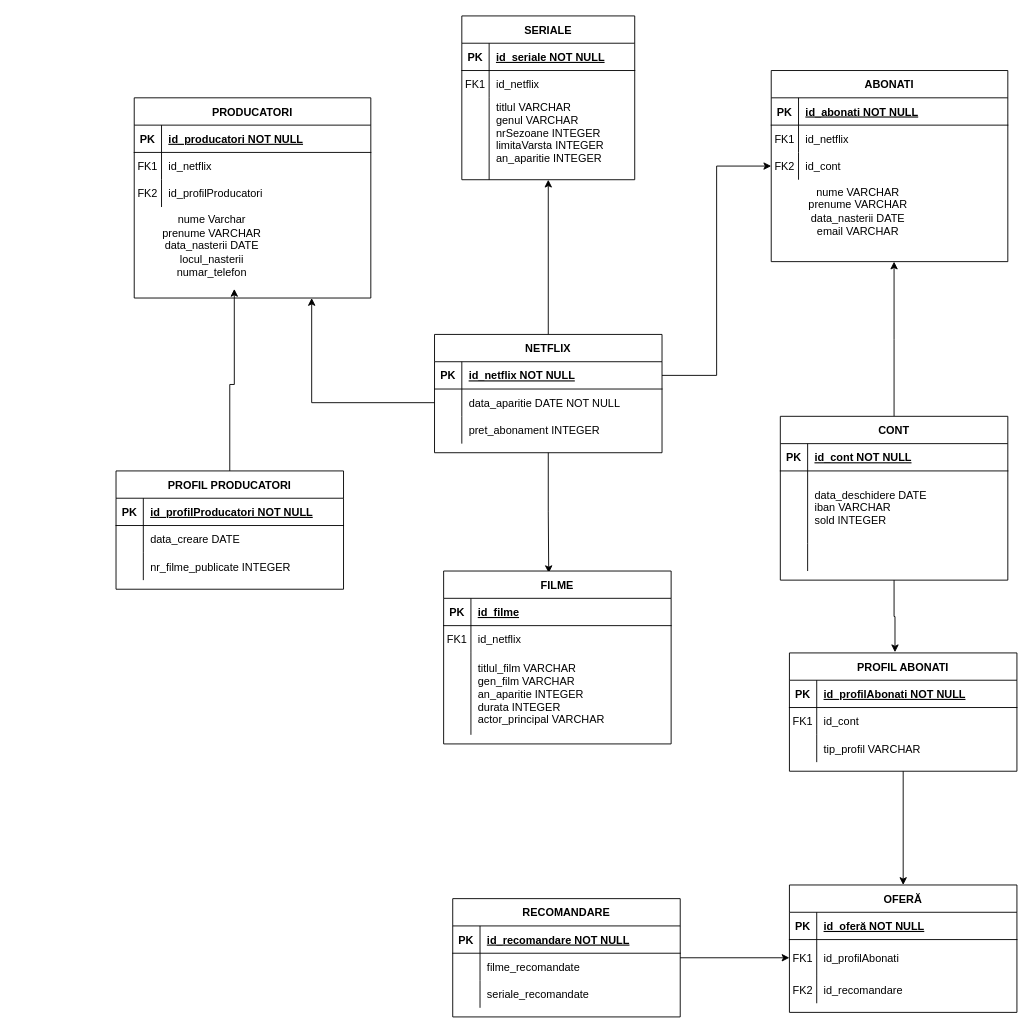
Before: Diagramă fără titlu.drawio in RobertaDiana/Database-Project-, a draw.io diagram. Source tidied: cells renumbered, new cells numbered last; positions are measured from the earlier drawing's top-left corner, leaving out a move shared by most shapes. Both pictures are drawn from the tidied source at 91%, with x=0, y=0 at pixel (116, 15).
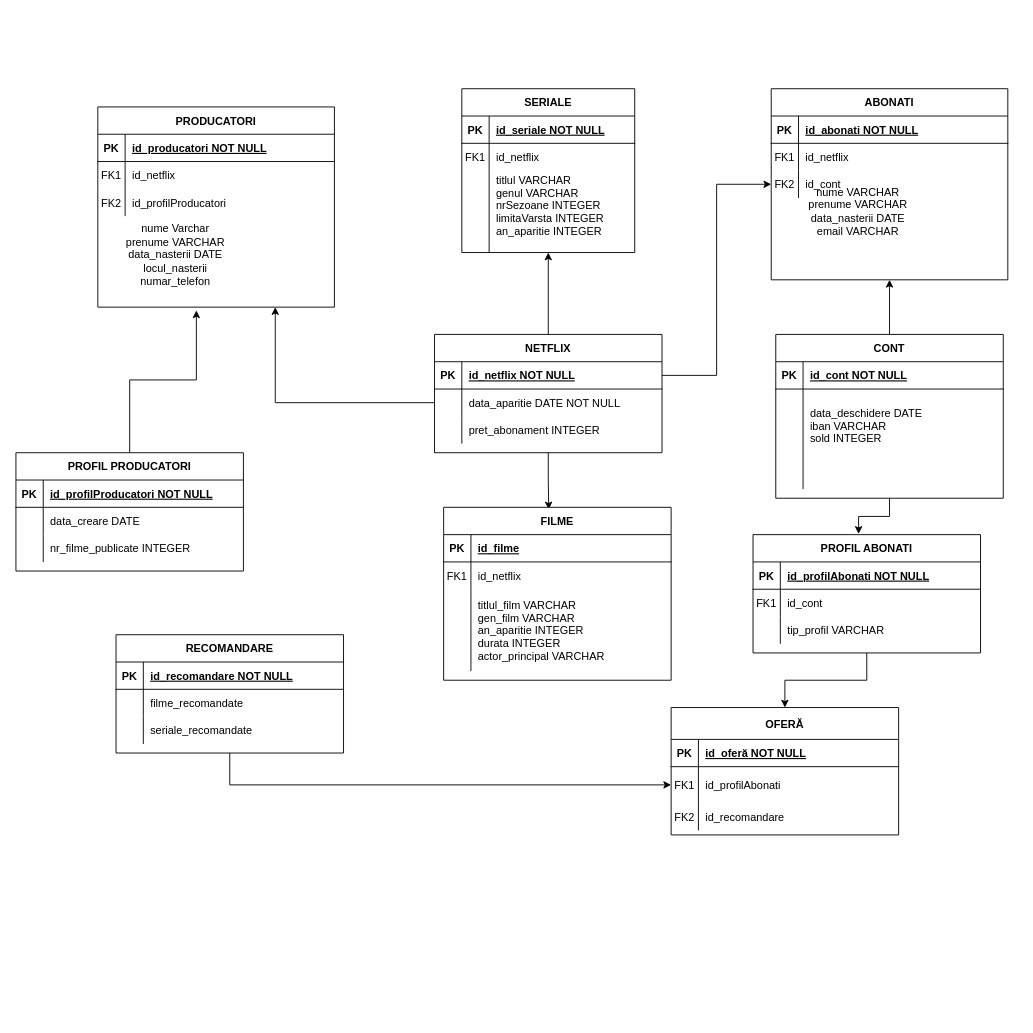
Above is the later version.

The edit, as a diff of the source:
```diff
@@
     <mxCell id="14" value="FILME" style="shape=table;startSize=30;childLayout=tableLayout;rowLines=0;fontStyle=1;align=center;" parent="1" vertex="1">
-      <mxGeometry x="360" y="610" width="250" height="190" as="geometry" />
+      <mxGeometry x="360" y="540" width="250" height="190" as="geometry" />
     </mxCell>
@@
     <mxCell id="24" value="SERIALE" style="shape=table;startSize=30;childLayout=tableLayout;rowLines=0;fontStyle=1;align=center;" parent="1" vertex="1">
-      <mxGeometry x="380" width="190" height="180" as="geometry" />
+      <mxGeometry x="380" y="80" width="190" height="180" as="geometry" />
     </mxCell>
@@
     <mxCell id="34" value="ABONATI" style="shape=table;startSize=30;childLayout=tableLayout;rowLines=0;fontStyle=1;align=center;" parent="1" vertex="1">
-      <mxGeometry x="720" y="60" width="260" height="210" as="geometry" />
+      <mxGeometry x="720" y="80" width="260" height="210" as="geometry" />
     </mxCell>
@@
-    <mxCell id="44" style="edgeStyle=orthogonalEdgeStyle;rounded=0;jettySize=auto;html=1;" parent="1" edge="1" source="46">
-      <mxGeometry relative="1" as="geometry">
-        <mxPoint x="855" y="270" as="targetPoint" />
-      </mxGeometry>
-    </mxCell>
@@
+    <mxCell id="113" style="edgeStyle=orthogonalEdgeStyle;rounded=0;jettySize=auto;html=1;entryX=0.5;entryY=1;entryDx=0;entryDy=0;" parent="1" edge="1" source="46" target="34">
+      <mxGeometry relative="1" as="geometry" />
+    </mxCell>
     <mxCell id="46" value="CONT" style="shape=table;startSize=30;childLayout=tableLayout;rowLines=0;fontStyle=1;align=center;" parent="1" vertex="1">
-      <mxGeometry x="730" y="440" width="250" height="180" as="geometry" />
+      <mxGeometry x="725" y="350" width="250" height="180" as="geometry" />
     </mxCell>
@@
     <mxCell id="57" value="PROFIL ABONATI" style="shape=table;startSize=30;childLayout=tableLayout;rowLines=0;fontStyle=1;align=center;" parent="1" vertex="1">
-      <mxGeometry x="740" y="700" width="250" height="130" as="geometry" />
+      <mxGeometry x="700" y="570" width="250" height="130" as="geometry" />
     </mxCell>
@@
-    <mxCell id="67" value="OFERĂ" style="shape=table;startSize=30;childLayout=tableLayout;rowLines=0;fontStyle=1;align=center;" parent="1" vertex="1">
-      <mxGeometry x="740" y="955" width="250" height="140" as="geometry" />
+    <mxCell id="67" value="OFERĂ" style="shape=table;startSize=35;childLayout=tableLayout;rowLines=0;fontStyle=1;align=center;" parent="1" vertex="1">
+      <mxGeometry x="610" y="760" width="250" height="140" as="geometry" />
     </mxCell>
     <mxCell id="68" style="shape=partialRectangle;fillColor=none;top=0;left=0;right=0;bottom=1;" parent="67" vertex="1">
-      <mxGeometry y="30" width="250" height="30" as="geometry" />
+      <mxGeometry y="35" width="250" height="30" as="geometry" />
     </mxCell>
@@
     <mxCell id="71" style="shape=partialRectangle;fillColor=none;points=[[0,0.5],[1,0.5]];portConstraint=eastwest;top=0;left=0;right=0;bottom=0;" parent="67" vertex="1">
-      <mxGeometry y="60" width="250" height="40" as="geometry" />
+      <mxGeometry y="65" width="250" height="40" as="geometry" />
     </mxCell>
@@
     <mxCell id="74" style="shape=partialRectangle;fillColor=none;top=0;left=0;right=0;bottom=0;" parent="67" vertex="1">
-      <mxGeometry y="100" width="250" height="30" as="geometry" />
+      <mxGeometry y="105" width="250" height="30" as="geometry" />
     </mxCell>
@@
     <mxCell id="78" value="RECOMANDARE" style="shape=table;startSize=30;childLayout=tableLayout;rowLines=0;fontStyle=1;align=center;" parent="1" vertex="1">
-      <mxGeometry x="370" y="970" width="250" height="130" as="geometry" />
+      <mxGeometry y="680" width="250" height="130" as="geometry" />
     </mxCell>
@@
-    <mxCell id="88" style="edgeStyle=orthogonalEdgeStyle;rounded=0;jettySize=auto;html=1;entryX=0.692;entryY=0.9;entryDx=0;entryDy=0;entryPerimeter=0;" parent="1" edge="1" source="89" target="109">
+    <mxCell id="88" style="edgeStyle=orthogonalEdgeStyle;rounded=0;jettySize=auto;html=1;entryX=0.679;entryY=1.036;entryDx=0;entryDy=0;entryPerimeter=0;" parent="1" edge="1" source="89" target="109">
       <mxGeometry relative="1" as="geometry" />
     </mxCell>
     <mxCell id="89" value="PROFIL PRODUCATORI" style="shape=table;startSize=30;childLayout=tableLayout;rowLines=0;fontStyle=1;align=center;" parent="1" vertex="1">
-      <mxGeometry y="500" width="250" height="130" as="geometry" />
+      <mxGeometry x="-110" y="480" width="250" height="130" as="geometry" />
     </mxCell>
@@
     <mxCell id="99" value="PRODUCATORI" style="shape=table;startSize=30;childLayout=tableLayout;rowLines=0;fontStyle=1;align=center;" parent="1" vertex="1">
-      <mxGeometry x="20" y="90" width="260" height="220" as="geometry" />
+      <mxGeometry x="-20" y="100" width="260" height="220" as="geometry" />
     </mxCell>
@@
     <mxCell id="109" value="nume Varchar&lt;br&gt;prenume VARCHAR&lt;br&gt;data_nasterii DATE&lt;br&gt;locul_nasterii&lt;br&gt;numar_telefon&lt;br&gt;&amp;nbsp;" style="text;html=1;align=center;verticalAlign=middle;points=[];strokeColor=none;fillColor=none;" parent="1" vertex="1">
-      <mxGeometry x="40" y="210" width="130" height="100" as="geometry" />
+      <mxGeometry y="220" width="130" height="100" as="geometry" />
     </mxCell>
```
